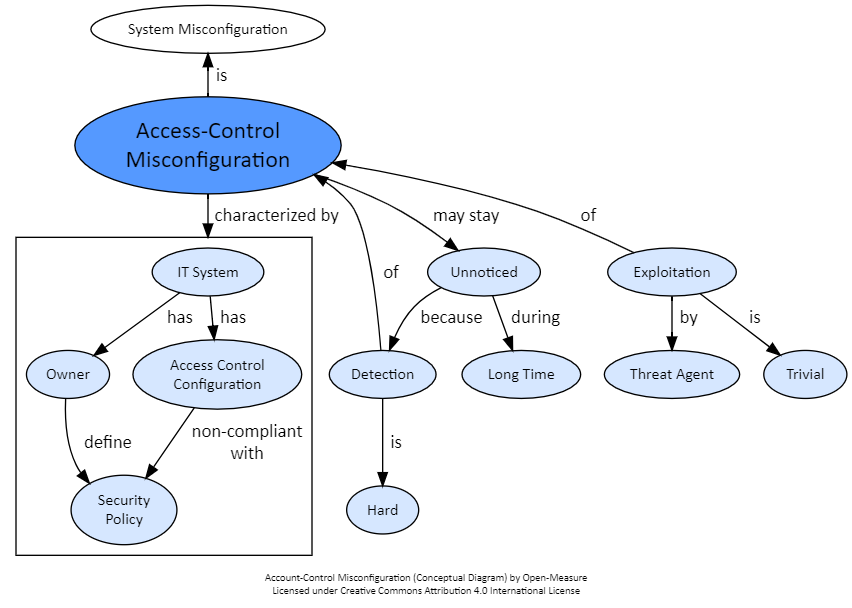
Open-Measure/Graphviz-Models keeps this Graphviz diagram as Dictionary/access-control-misconfiguration.png. Above is the earlier version. Its source is kept beside it as Dictionary/access-control-misconfiguration.gv.
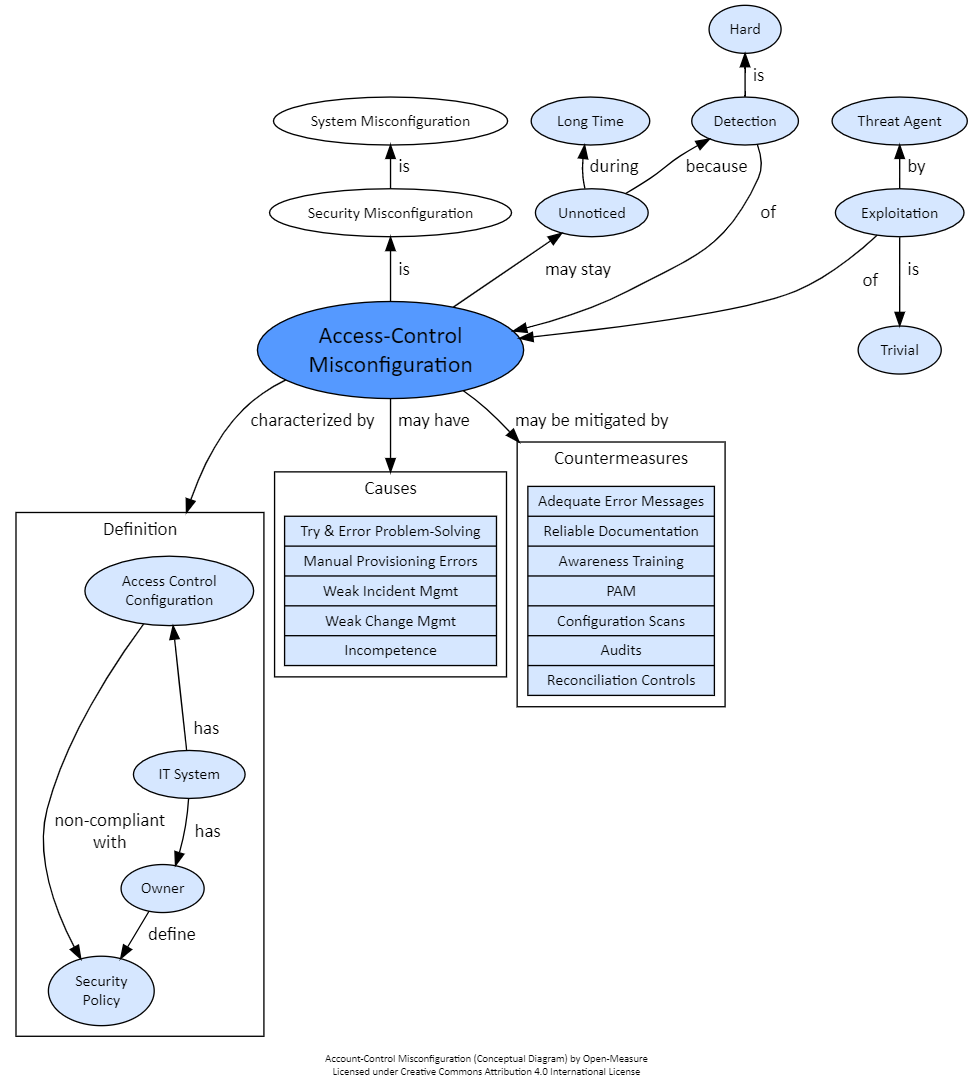
After the change.

What changed in the source:
```diff
@@ -12,44 +12,62 @@
 
 	# Parent Concept
 	n_system_misconfiguration [label="System Misconfiguration", fillcolor="#ffffff"];
-	n_system_misconfiguration -> n_access_control_misconfiguration [weight=10, label="  is  ", dir="back"];
+	n_system_misconfiguration -> n_secutiry_misconfiguration [weight=10, label="  is  ", dir="back"];
+
+	n_secutiry_misconfiguration [label="Security Misconfiguration", fillcolor="#ffffff"];
+	n_secutiry_misconfiguration -> n_access_control_misconfiguration [weight=10, label="  is  ", dir="back"];
 
 	# Concept
 	n_access_control_misconfiguration [label="Access-Control\nMisconfiguration", fontsize=18, fillcolor="#5599ff", URL="https://open-measure.atlassian.net/wiki/spaces/DIC/pages/1781104660"];
-	n_access_control_misconfiguration -> n_it_system [weight=10, label="  characterized by  ", lhead="cluster_definition"];
+
+	n_access_control_misconfiguration -> n_access_control_configuration [weight=10, label="  characterized by  ", lhead="cluster_definition"];
 	# Key Characteristics
 	subgraph cluster_definition {
-		label="";
+		label="Definition";
 		fontsize="14";
+		n_access_control_configuration [label="Access Control\nConfiguration"];
+		n_access_control_configuration -> n_security_policy [label="  non-compliant  \n  with  "];
 		n_it_system [label="IT System"];
 		n_system_owner [label="Owner"];
+		n_access_control_configuration -> n_it_system [label="  has  ", dir="back"];
 		n_it_system -> n_system_owner [label="  has  "];
 		n_system_owner -> n_security_policy [label="  define  "];
 		n_security_policy [label="Security\nPolicy"];
-		n_access_control_configuration [label="Access Control\nConfiguration"];
-		n_it_system -> n_access_control_configuration [label="  has  "];
-		n_access_control_configuration -> n_security_policy [label="  non-compliant  \n  with  "];
+	}
+
+	n_access_control_misconfiguration -> n_causes [weight=10, label="  may have  ", lhead="cluster_causes"];
+	subgraph cluster_causes {
+		label="Causes";
+		fontsize="14";
+		n_causes [label="{Try & Error Problem-Solving|Manual Provisioning Errors|Weak Incident Mgmt|Weak Change Mgmt|Incompetence}", shape="record"];
+	}
+
+	n_access_control_misconfiguration -> n_countermeasures [weight=10, label="  may be mitigated by  ", lhead="cluster_countermeasures"];
+	subgraph cluster_countermeasures {
+		label="Countermeasures";
+		fontsize="14";
+		n_countermeasures [label="{Adequate Error Messages|Reliable Documentation|Awareness Training|PAM|Configuration Scans|Audits|Reconciliation Controls}", shape="record"];
 	}
 
 	n_detection [label="Detection"];
-	n_access_control_misconfiguration -> n_detection [label="  of  ", dir="back"];
+	n_detection -> n_access_control_misconfiguration [label="  of  "];
 	n_hard [label="Hard"];
-	n_detection -> n_hard [label="  is  "];
+	n_hard -> n_detection [label="  is  ", dir="back"];
 	n_unnoticed [label="Unnoticed"];
-	n_unnoticed -> n_long_time [label="  during  "];
+	n_long_time -> n_unnoticed [label="  during  ", dir="back"];
 	n_long_time [label="Long Time"];
-	n_access_control_misconfiguration -> n_unnoticed [label="  may stay  "];
-	n_unnoticed -> n_detection [label="  because  "];
+	n_unnoticed -> n_access_control_misconfiguration [label="  may stay  ", dir="back"];
+	n_detection -> n_unnoticed [label="  because  ", dir="back"];
 
-n_access_control_misconfiguration -> n_exploitation [label="  of  ", dir="back"];
+	n_exploitation -> n_access_control_misconfiguration [label="\nof"];
 	n_threat_agent [label="Threat Agent"];
 	n_exploitation [label="Exploitation"];
-	n_exploitation -> n_threat_agent [label="  by  "];
+	n_threat_agent -> n_exploitation [label="  by  ", dir="back"];
 	n_trivial [label="Trivial"];
 	n_exploitation -> n_trivial [label="  is  "];
 
 	# Levels
-	#{ rank=same; n_perpetrator; n_distinct; n_victim; }
-	#{ rank=same; n_control; n_identity }
+	#{ rank=same; n_access_control_misconfiguration; n_unnoticed; n_long_time; }
+	#{ rank=same; n_access_control_misconfiguration; n_exploitation; }
 
 }
```
